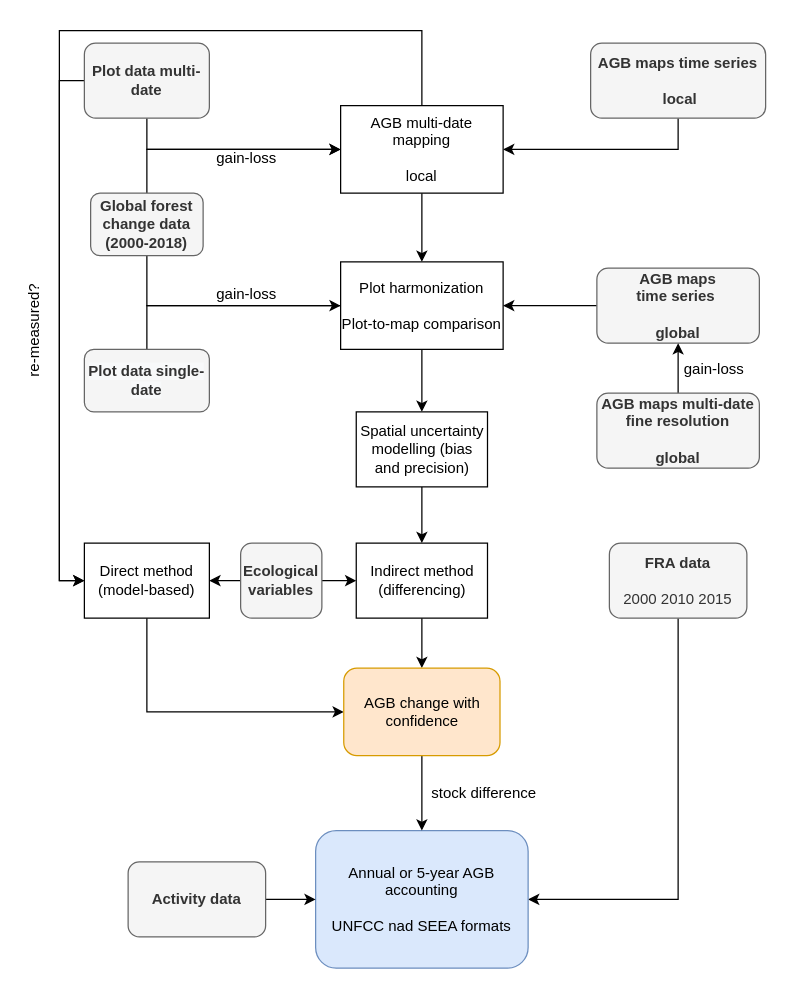
Earlier version of the draw.io diagram AGBC_simple.drawio (arnanaraza/diagrams). Source tidied: cells renumbered, new cells numbered last; positions are measured from the earlier drawing's top-left corner, leaving out a move shared by most shapes. Both pictures are drawn from the tidied source at 125%, with x=0, y=0 at pixel (-22, 30).
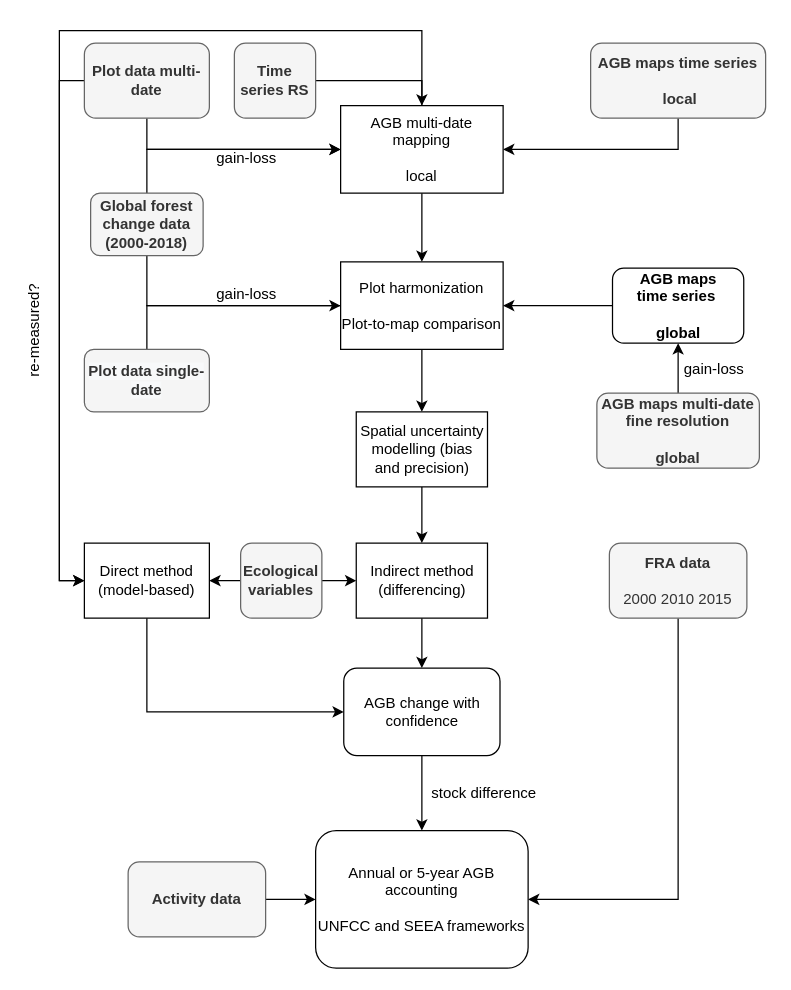
After the change.

Unchanged cells that the change refers to:
```xml
<mxCell id="27" value="AGB multi-date mapping&lt;br&gt;&lt;br&gt;local" style="rounded=0;whiteSpace=wrap;html=1;" parent="1" vertex="1">
  <mxGeometry x="290" y="60" width="130" height="70" as="geometry" />
</mxCell>
```

What changed in the source:
```diff
@@
-    <mxCell id="11" value="Annual or 5-year AGB accounting &lt;br&gt;&lt;br&gt;UNFCC nad SEEA formats" style="rounded=1;whiteSpace=wrap;html=1;fillColor=#dae8fc;strokeColor=#6c8ebf;" parent="1" vertex="1">
+    <mxCell id="11" value="Annual or 5-year AGB accounting &lt;br&gt;&lt;br&gt;UNFCC and SEEA frameworks" style="rounded=1;whiteSpace=wrap;html=1;" parent="1" vertex="1">
       <mxGeometry x="270" y="640" width="170" height="110" as="geometry" />
     </mxCell>
@@
-    <mxCell id="16" value="AGB change with confidence" style="rounded=1;whiteSpace=wrap;html=1;fillColor=#ffe6cc;strokeColor=#d79b00;" parent="1" vertex="1">
+    <mxCell id="16" value="AGB change with confidence" style="rounded=1;whiteSpace=wrap;html=1;" parent="1" vertex="1">
       <mxGeometry x="292.5" y="510" width="125" height="70" as="geometry" />
     </mxCell>
@@
-    <mxCell id="24" value="&lt;b&gt;AGB maps &lt;br&gt;time series&amp;nbsp;&lt;br&gt;&lt;br&gt;global&lt;br&gt;&lt;/b&gt;" style="rounded=1;whiteSpace=wrap;html=1;fillColor=#f5f5f5;strokeColor=#666666;fontColor=#333333;" parent="1" vertex="1">
-      <mxGeometry x="495" y="190" width="130" height="60" as="geometry" />
+    <mxCell id="24" value="&lt;b&gt;AGB maps &lt;br&gt;time series&amp;nbsp;&lt;br&gt;&lt;br&gt;global&lt;br&gt;&lt;/b&gt;" style="rounded=1;whiteSpace=wrap;html=1;" parent="1" vertex="1">
+      <mxGeometry x="507.5" y="190" width="105" height="60" as="geometry" />
     </mxCell>
@@
+    <mxCell id="42" style="edgeStyle=orthogonalEdgeStyle;rounded=0;jettySize=auto;html=1;exitX=1;exitY=0.5;exitDx=0;exitDy=0;entryX=0.5;entryY=0;entryDx=0;entryDy=0;" parent="1" edge="1" source="43" target="27">
+      <mxGeometry relative="1" as="geometry" />
+    </mxCell>
+    <mxCell id="43" value="&lt;b&gt;Time series RS&lt;br&gt;&lt;/b&gt;" style="rounded=1;whiteSpace=wrap;html=1;fillColor=#f5f5f5;strokeColor=#666666;fontColor=#333333;" parent="1" vertex="1">
+      <mxGeometry x="205" y="10" width="65" height="60" as="geometry" />
+    </mxCell>
```
